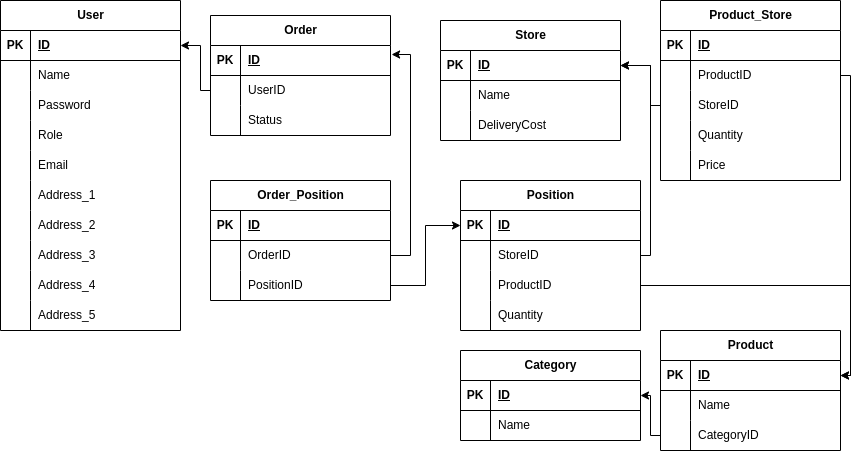
The draw.io diagram Diploma_scheme.png in Garpusha/diploma, before a commit. Source tidied: cells renumbered, new cells last; positions are measured from the earlier drawing's top-left corner, leaving out a move shared by most shapes.
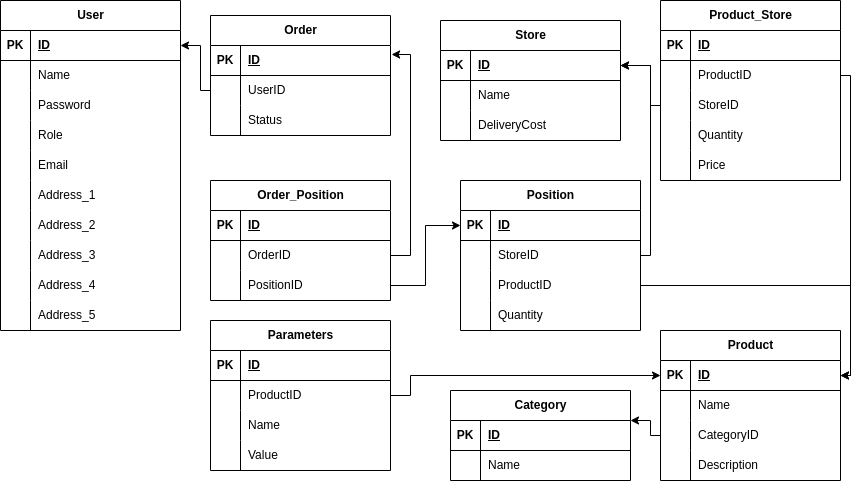
After the change.

The edit, as a diff of the source:
```diff
@@ -96,7 +96,7 @@
       <mxGeometry x="30" width="150" height="30" as="geometry" />
     </mxCell>
     <mxCell id="33" value="Product" style="shape=table;startSize=30;rowLines=0;fontStyle=1;align=center;html=1;" parent="1" vertex="1">
-      <mxGeometry x="660" y="330" width="180" height="120" as="geometry" />
+      <mxGeometry x="660" y="330" width="180" height="150" as="geometry" />
     </mxCell>
     <mxCell id="34" style="shape=tableRow;horizontal=0;startSize=0;swimlaneHead=0;swimlaneBody=0;fillColor=none;points=[[0,0.5],[1,0.5]];portConstraint=eastwest;top=0;left=0;right=0;bottom=1;" parent="33" vertex="1">
       <mxGeometry y="30" width="180" height="30" as="geometry" />
@@ -125,6 +125,15 @@
     <mxCell id="42" value="CategoryID" style="shape=partialRectangle;fillColor=none;top=0;left=0;bottom=0;right=0;align=left;spacingLeft=6;overflow=hidden;whiteSpace=wrap;html=1;" parent="40" vertex="1">
       <mxGeometry x="30" width="150" height="30" as="geometry" />
     </mxCell>
+    <mxCell id="117" style="shape=tableRow;horizontal=0;startSize=0;swimlaneHead=0;swimlaneBody=0;fillColor=none;top=0;left=0;right=0;bottom=0;" parent="33" vertex="1">
+      <mxGeometry y="120" width="180" height="30" as="geometry" />
+    </mxCell>
+    <mxCell id="118" style="shape=partialRectangle;fillColor=none;top=0;left=0;bottom=0;right=0;overflow=hidden;whiteSpace=wrap;html=1;" parent="117" vertex="1">
+      <mxGeometry width="30" height="30" as="geometry" />
+    </mxCell>
+    <mxCell id="119" value="Description" style="shape=partialRectangle;fillColor=none;top=0;left=0;bottom=0;right=0;align=left;spacingLeft=6;overflow=hidden;whiteSpace=wrap;html=1;" parent="117" vertex="1">
+      <mxGeometry x="30" width="150" height="30" as="geometry" />
+    </mxCell>
     <mxCell id="43" value="Store" style="shape=table;startSize=30;rowLines=0;fontStyle=1;align=center;html=1;" parent="1" vertex="1">
       <mxGeometry x="440" y="20" width="180" height="120" as="geometry" />
     </mxCell>
@@ -355,7 +364,7 @@
       </mxGeometry>
     </mxCell>
     <mxCell id="109" value="Category" style="shape=table;startSize=30;rowLines=0;fontStyle=1;align=center;html=1;" parent="1" vertex="1">
-      <mxGeometry x="460" y="350" width="180" height="90" as="geometry" />
+      <mxGeometry x="450" y="390" width="180" height="90" as="geometry" />
     </mxCell>
     <mxCell id="110" style="shape=tableRow;horizontal=0;startSize=0;swimlaneHead=0;swimlaneBody=0;fillColor=none;points=[[0,0.5],[1,0.5]];portConstraint=eastwest;top=0;left=0;right=0;bottom=1;" parent="109" vertex="1">
       <mxGeometry y="30" width="180" height="30" as="geometry" />
@@ -379,9 +388,56 @@
       <mxGeometry relative="1" as="geometry">
         <Array as="points">
           <mxPoint x="650" y="435" />
-          <mxPoint x="650" y="395" />
+          <mxPoint x="650" y="420" />
         </Array>
       </mxGeometry>
     </mxCell>
+    <mxCell id="120" value="Parameters" style="shape=table;startSize=30;rowLines=0;fontStyle=1;align=center;html=1;" parent="1" vertex="1">
+      <mxGeometry x="210" y="320" width="180" height="150" as="geometry" />
+    </mxCell>
+    <mxCell id="121" style="shape=tableRow;horizontal=0;startSize=0;swimlaneHead=0;swimlaneBody=0;fillColor=none;top=0;left=0;right=0;bottom=1;" parent="120" vertex="1">
+      <mxGeometry y="30" width="180" height="30" as="geometry" />
+    </mxCell>
+    <mxCell id="122" value="PK" style="shape=partialRectangle;fillColor=none;top=0;left=0;bottom=0;right=0;fontStyle=1;overflow=hidden;whiteSpace=wrap;html=1;" parent="121" vertex="1">
+      <mxGeometry width="30" height="30" as="geometry" />
+    </mxCell>
+    <mxCell id="123" value="ID" style="shape=partialRectangle;fillColor=none;top=0;left=0;bottom=0;right=0;align=left;spacingLeft=6;fontStyle=5;overflow=hidden;whiteSpace=wrap;html=1;" parent="121" vertex="1">
+      <mxGeometry x="30" width="150" height="30" as="geometry" />
+    </mxCell>
+    <mxCell id="124" style="shape=tableRow;horizontal=0;startSize=0;swimlaneHead=0;swimlaneBody=0;fillColor=none;points=[[0,0.5],[1,0.5]];portConstraint=eastwest;top=0;left=0;right=0;bottom=0;" parent="120" vertex="1">
+      <mxGeometry y="60" width="180" height="30" as="geometry" />
+    </mxCell>
+    <mxCell id="125" style="shape=partialRectangle;fillColor=none;top=0;left=0;bottom=0;right=0;overflow=hidden;whiteSpace=wrap;html=1;" parent="124" vertex="1">
+      <mxGeometry width="30" height="30" as="geometry" />
+    </mxCell>
+    <mxCell id="126" value="ProductID" style="shape=partialRectangle;fillColor=none;top=0;left=0;bottom=0;right=0;align=left;spacingLeft=6;overflow=hidden;whiteSpace=wrap;html=1;" parent="124" vertex="1">
+      <mxGeometry x="30" width="150" height="30" as="geometry" />
+    </mxCell>
+    <mxCell id="127" style="shape=tableRow;horizontal=0;startSize=0;swimlaneHead=0;swimlaneBody=0;fillColor=none;top=0;left=0;right=0;bottom=0;" parent="120" vertex="1">
+      <mxGeometry y="90" width="180" height="30" as="geometry" />
+    </mxCell>
+    <mxCell id="128" style="shape=partialRectangle;fillColor=none;top=0;left=0;bottom=0;right=0;overflow=hidden;whiteSpace=wrap;html=1;" parent="127" vertex="1">
+      <mxGeometry width="30" height="30" as="geometry" />
+    </mxCell>
+    <mxCell id="129" value="Name" style="shape=partialRectangle;fillColor=none;top=0;left=0;bottom=0;right=0;align=left;spacingLeft=6;overflow=hidden;whiteSpace=wrap;html=1;" parent="127" vertex="1">
+      <mxGeometry x="30" width="150" height="30" as="geometry" />
+    </mxCell>
+    <mxCell id="130" style="shape=tableRow;horizontal=0;startSize=0;swimlaneHead=0;swimlaneBody=0;fillColor=none;top=0;left=0;right=0;bottom=0;" parent="120" vertex="1">
+      <mxGeometry y="120" width="180" height="30" as="geometry" />
+    </mxCell>
+    <mxCell id="131" style="shape=partialRectangle;fillColor=none;top=0;left=0;bottom=0;right=0;overflow=hidden;whiteSpace=wrap;html=1;" parent="130" vertex="1">
+      <mxGeometry width="30" height="30" as="geometry" />
+    </mxCell>
+    <mxCell id="132" value="Value" style="shape=partialRectangle;fillColor=none;top=0;left=0;bottom=0;right=0;align=left;spacingLeft=6;overflow=hidden;whiteSpace=wrap;html=1;" parent="130" vertex="1">
+      <mxGeometry x="30" width="150" height="30" as="geometry" />
+    </mxCell>
+    <mxCell id="133" style="edgeStyle=orthogonalEdgeStyle;rounded=0;jettySize=auto;html=1;" parent="1" edge="1" source="124" target="34">
+      <mxGeometry relative="1" as="geometry">
+        <Array as="points">
+          <mxPoint x="410" y="395" />
+          <mxPoint x="410" y="375" />
+        </Array>
+      </mxGeometry>
+    </mxCell>
   </root>
 </mxGraphModel>
```
